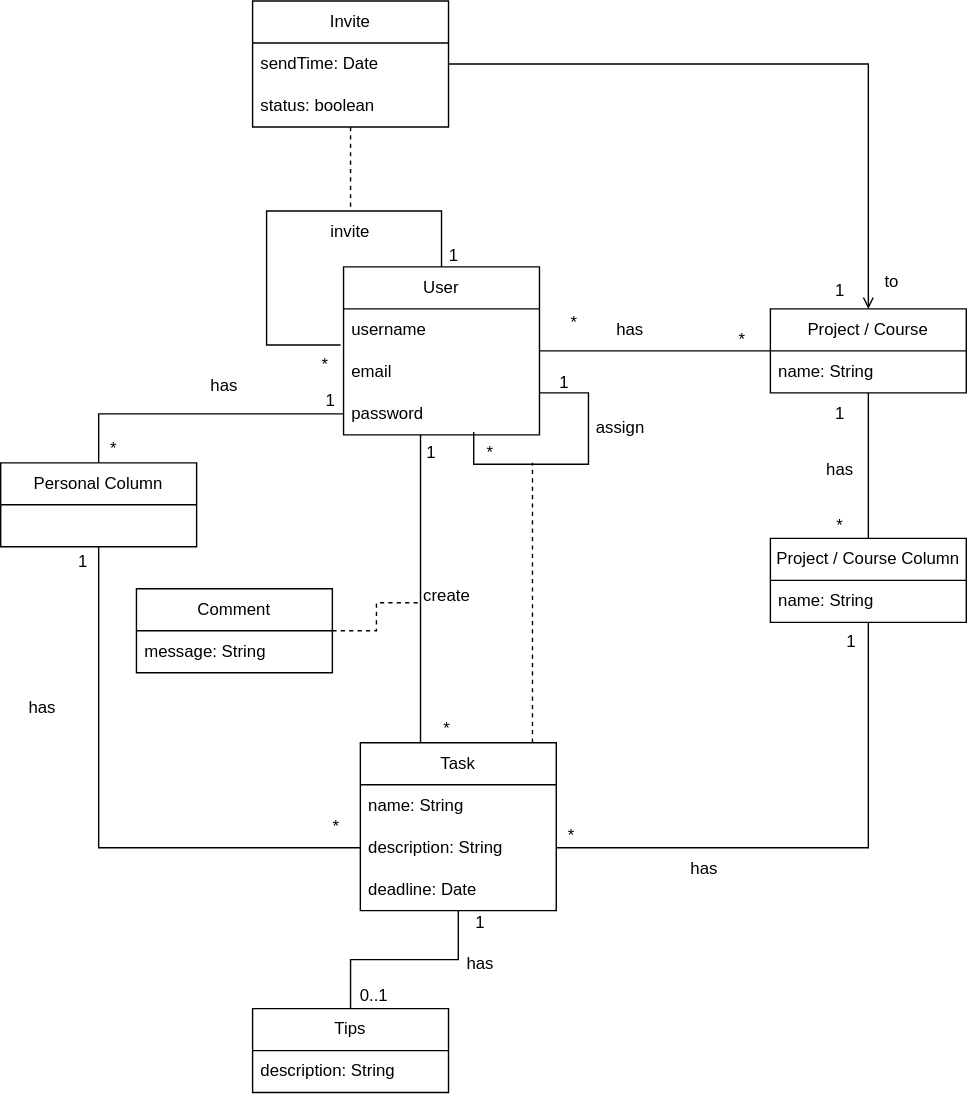
Earlier version of the draw.io export diagrams/DomainModel.drawio.svg (LEIC-ES-2025-26-2LEIC13/T1). Source tidied: cells renumbered, new cells last; positions are measured from the earlier drawing's top-left corner, leaving out a move shared by most shapes.
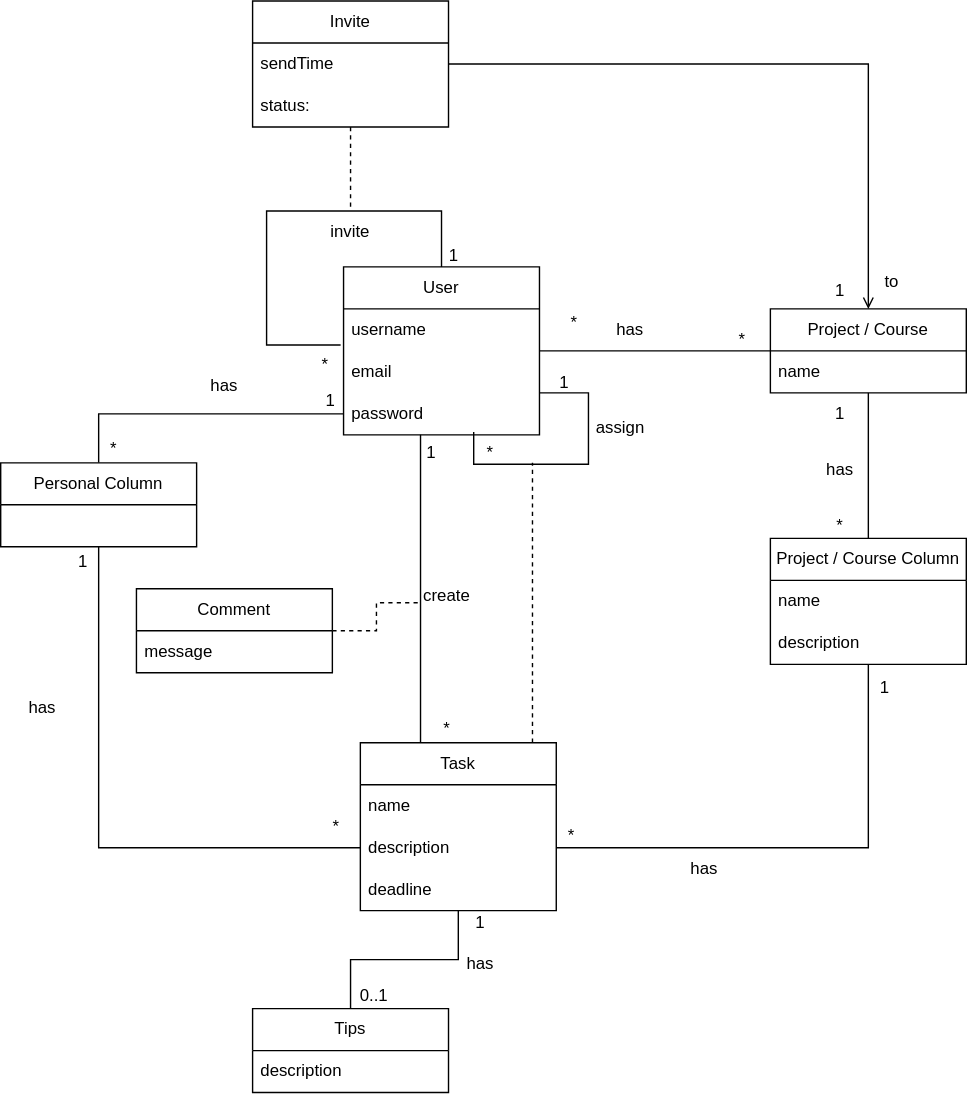
After the change.

What changed in the source:
```diff
@@ -54,24 +54,27 @@
     <mxCell id="11" value="Task" style="swimlane;fontStyle=0;horizontal=1;startSize=30;whiteSpace=wrap;html=1;" parent="1" vertex="1">
       <mxGeometry x="257" y="530" width="140" height="120" as="geometry" />
     </mxCell>
-    <mxCell id="12" value="name: String" style="text;strokeColor=none;fillColor=none;align=left;verticalAlign=middle;spacingLeft=4;spacingRight=4;overflow=hidden;whiteSpace=wrap;html=1;" parent="11" vertex="1">
+    <mxCell id="12" value="name" style="text;strokeColor=none;fillColor=none;align=left;verticalAlign=middle;spacingLeft=4;spacingRight=4;overflow=hidden;whiteSpace=wrap;html=1;" parent="11" vertex="1">
       <mxGeometry y="30" width="140" height="30" as="geometry" />
     </mxCell>
-    <mxCell id="13" value="description: String" style="text;strokeColor=none;fillColor=none;align=left;verticalAlign=middle;spacingLeft=4;spacingRight=4;overflow=hidden;points=[[0,0.5],[1,0.5]];portConstraint=eastwest;whiteSpace=wrap;html=1;" parent="11" vertex="1">
+    <mxCell id="13" value="description" style="text;strokeColor=none;fillColor=none;align=left;verticalAlign=middle;spacingLeft=4;spacingRight=4;overflow=hidden;points=[[0,0.5],[1,0.5]];portConstraint=eastwest;whiteSpace=wrap;html=1;" parent="11" vertex="1">
       <mxGeometry y="60" width="140" height="30" as="geometry" />
     </mxCell>
-    <mxCell id="14" value="deadline: Date" style="text;strokeColor=none;fillColor=none;align=left;verticalAlign=middle;spacingLeft=4;spacingRight=4;overflow=hidden;whiteSpace=wrap;html=1;" parent="11" vertex="1">
+    <mxCell id="14" value="deadline" style="text;strokeColor=none;fillColor=none;align=left;verticalAlign=middle;spacingLeft=4;spacingRight=4;overflow=hidden;whiteSpace=wrap;html=1;" parent="11" vertex="1">
       <mxGeometry y="90" width="140" height="30" as="geometry" />
     </mxCell>
     <mxCell id="15" style="edgeStyle=orthogonalEdgeStyle;rounded=0;jettySize=auto;html=1;entryX=1;entryY=0.5;entryDx=0;entryDy=0;endArrow=none;endFill=0;" parent="1" edge="1" source="16" target="13">
       <mxGeometry relative="1" as="geometry" />
     </mxCell>
     <mxCell id="16" value="Project / Course Column" style="swimlane;fontStyle=0;horizontal=1;startSize=30;whiteSpace=wrap;html=1;" parent="1" vertex="1">
-      <mxGeometry x="550" y="384" width="140" height="60" as="geometry" />
+      <mxGeometry x="550" y="384" width="140" height="90" as="geometry" />
     </mxCell>
-    <mxCell id="17" value="name: String" style="text;strokeColor=none;fillColor=none;align=left;verticalAlign=middle;spacingLeft=4;spacingRight=4;overflow=hidden;whiteSpace=wrap;html=1;" parent="16" vertex="1">
+    <mxCell id="17" value="name" style="text;strokeColor=none;fillColor=none;align=left;verticalAlign=middle;spacingLeft=4;spacingRight=4;overflow=hidden;whiteSpace=wrap;html=1;" parent="16" vertex="1">
       <mxGeometry y="30" width="140" height="30" as="geometry" />
     </mxCell>
+    <mxCell id="64" value="description" style="text;strokeColor=none;fillColor=none;align=left;verticalAlign=middle;spacingLeft=4;spacingRight=4;overflow=hidden;whiteSpace=wrap;html=1;" parent="16" vertex="1">
+      <mxGeometry y="60" width="140" height="30" as="geometry" />
+    </mxCell>
     <mxCell id="18" style="edgeStyle=orthogonalEdgeStyle;rounded=0;jettySize=auto;html=1;endArrow=none;endFill=0;" parent="1" edge="1" source="20" target="4">
       <mxGeometry relative="1" as="geometry" />
     </mxCell>
@@ -81,7 +84,7 @@
     <mxCell id="20" value="Project / Course" style="swimlane;fontStyle=0;horizontal=1;startSize=30;whiteSpace=wrap;html=1;" parent="1" vertex="1">
       <mxGeometry x="550" y="220" width="140" height="60" as="geometry" />
     </mxCell>
-    <mxCell id="21" value="name: String" style="text;strokeColor=none;fillColor=none;align=left;verticalAlign=middle;spacingLeft=4;spacingRight=4;overflow=hidden;whiteSpace=wrap;html=1;" parent="20" vertex="1">
+    <mxCell id="21" value="name" style="text;strokeColor=none;fillColor=none;align=left;verticalAlign=middle;spacingLeft=4;spacingRight=4;overflow=hidden;whiteSpace=wrap;html=1;" parent="20" vertex="1">
       <mxGeometry y="30" width="140" height="30" as="geometry" />
     </mxCell>
     <mxCell id="22" style="edgeStyle=orthogonalEdgeStyle;rounded=0;jettySize=auto;html=1;endArrow=none;endFill=0;dashed=1;" parent="1" edge="1" source="23">
@@ -92,7 +95,7 @@
     <mxCell id="23" value="Comment" style="swimlane;fontStyle=0;horizontal=1;startSize=30;whiteSpace=wrap;html=1;" parent="1" vertex="1">
       <mxGeometry x="97" y="420" width="140" height="60" as="geometry" />
     </mxCell>
-    <mxCell id="24" value="message: String" style="text;strokeColor=none;fillColor=none;align=left;verticalAlign=middle;spacingLeft=4;spacingRight=4;overflow=hidden;whiteSpace=wrap;html=1;" parent="23" vertex="1">
+    <mxCell id="24" value="message" style="text;strokeColor=none;fillColor=none;align=left;verticalAlign=middle;spacingLeft=4;spacingRight=4;overflow=hidden;whiteSpace=wrap;html=1;" parent="23" vertex="1">
       <mxGeometry y="30" width="140" height="30" as="geometry" />
     </mxCell>
     <mxCell id="25" style="edgeStyle=orthogonalEdgeStyle;rounded=0;jettySize=auto;html=1;entryX=0;entryY=0.5;entryDx=0;entryDy=0;endArrow=none;endFill=0;" parent="1" edge="1" source="27" target="7">
@@ -119,10 +122,10 @@
     <mxCell id="30" value="Invite" style="swimlane;fontStyle=0;horizontal=1;startSize=30;whiteSpace=wrap;html=1;" parent="1" vertex="1">
       <mxGeometry x="180" width="140" height="90" as="geometry" />
     </mxCell>
-    <mxCell id="31" value="sendTime: Date" style="text;strokeColor=none;fillColor=none;align=left;verticalAlign=middle;spacingLeft=4;spacingRight=4;overflow=hidden;whiteSpace=wrap;html=1;" parent="30" vertex="1">
+    <mxCell id="31" value="sendTime" style="text;strokeColor=none;fillColor=none;align=left;verticalAlign=middle;spacingLeft=4;spacingRight=4;overflow=hidden;whiteSpace=wrap;html=1;" parent="30" vertex="1">
       <mxGeometry y="30" width="140" height="30" as="geometry" />
     </mxCell>
-    <mxCell id="32" value="status: boolean" style="text;strokeColor=none;fillColor=none;align=left;verticalAlign=middle;spacingLeft=4;spacingRight=4;overflow=hidden;whiteSpace=wrap;html=1;" parent="30" vertex="1">
+    <mxCell id="32" value="status:" style="text;strokeColor=none;fillColor=none;align=left;verticalAlign=middle;spacingLeft=4;spacingRight=4;overflow=hidden;whiteSpace=wrap;html=1;" parent="30" vertex="1">
       <mxGeometry y="60" width="140" height="30" as="geometry" />
     </mxCell>
     <mxCell id="33" value="*" style="text;html=1;whiteSpace=wrap;strokeColor=none;fillColor=none;align=center;verticalAlign=middle;rounded=0;" parent="1" vertex="1">
@@ -156,7 +159,7 @@
       <mxGeometry x="378" y="582" width="60" height="30" as="geometry" />
     </mxCell>
     <mxCell id="43" value="1" style="text;html=1;whiteSpace=wrap;strokeColor=none;fillColor=none;align=center;verticalAlign=middle;rounded=0;" parent="1" vertex="1">
-      <mxGeometry x="578" y="443" width="60" height="30" as="geometry" />
+      <mxGeometry x="602" y="476" width="60" height="30" as="geometry" />
     </mxCell>
     <mxCell id="44" value="1" style="text;html=1;whiteSpace=wrap;strokeColor=none;fillColor=none;align=center;verticalAlign=middle;rounded=0;" parent="1" vertex="1">
       <mxGeometry x="29" y="386" width="60" height="30" as="geometry" />
@@ -167,7 +170,7 @@
     <mxCell id="46" value="Tips" style="swimlane;fontStyle=0;horizontal=1;startSize=30;whiteSpace=wrap;html=1;" parent="1" vertex="1">
       <mxGeometry x="180" y="720" width="140" height="60" as="geometry" />
     </mxCell>
-    <mxCell id="47" value="description: String" style="text;strokeColor=none;fillColor=none;align=left;verticalAlign=middle;spacingLeft=4;spacingRight=4;overflow=hidden;whiteSpace=wrap;html=1;" parent="46" vertex="1">
+    <mxCell id="47" value="description" style="text;strokeColor=none;fillColor=none;align=left;verticalAlign=middle;spacingLeft=4;spacingRight=4;overflow=hidden;whiteSpace=wrap;html=1;" parent="46" vertex="1">
       <mxGeometry y="30" width="140" height="30" as="geometry" />
     </mxCell>
     <mxCell id="48" value="1" style="text;html=1;whiteSpace=wrap;strokeColor=none;fillColor=none;align=center;verticalAlign=middle;rounded=0;" parent="1" vertex="1">
```
